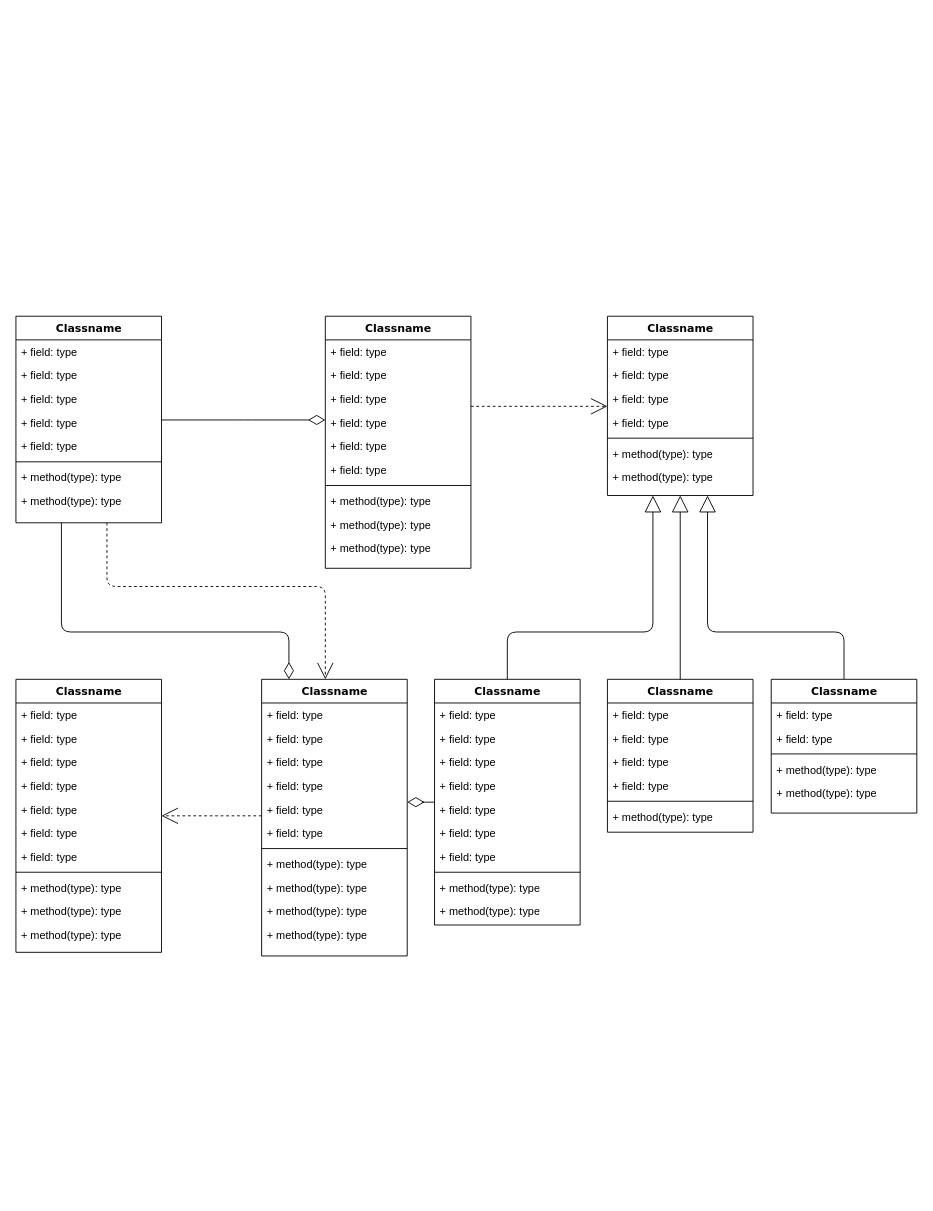
MrSndy/MrSndy keeps this draw.io diagram as Untitled Diagram.drawio. Above is the earlier version. Source tidied: cells renumbered, new cells numbered last; positions are measured from the earlier drawing's top-left corner, leaving out a move shared by most shapes. Both pictures are drawn from the tidied source at 91%, with x=0, y=0 at pixel (15, 316).
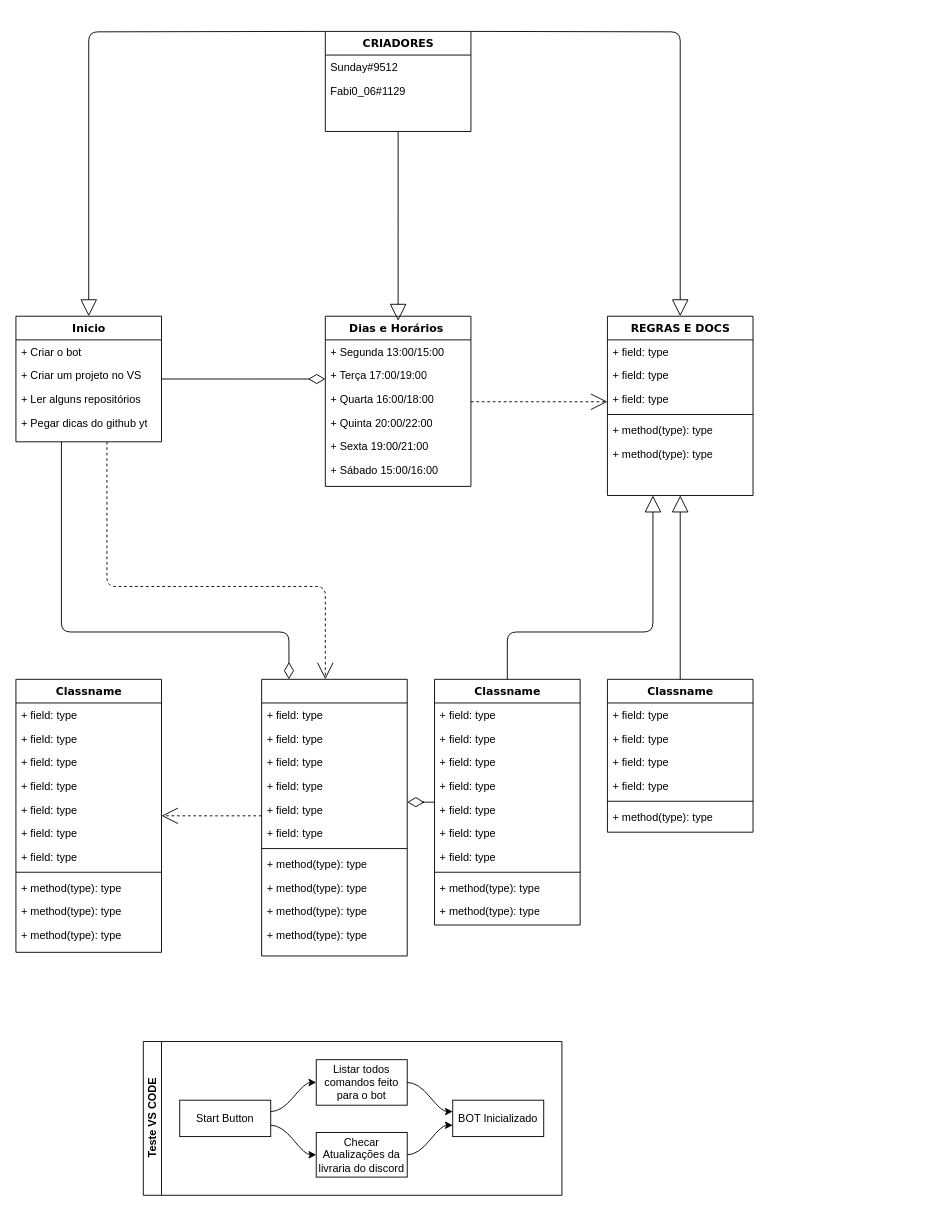
The same page after the edit.

The edit, as a diff of the source:
```diff
@@
-    <mxCell id="4" value="Classname" style="swimlane;html=1;fontStyle=1;align=center;verticalAlign=top;horizontal=1;startSize=26;swimlaneFillColor=#ffffff;rounded=0;shadow=0;comic=0;labelBackgroundColor=none;strokeWidth=1;fillColor=none;fontFamily=Verdana;fontSize=12;" parent="1" vertex="1">
-      <mxGeometry width="160" height="227" as="geometry" />
+    <mxCell id="4" value="Inicio" style="swimlane;html=1;fontStyle=1;align=center;verticalAlign=top;horizontal=1;startSize=26;swimlaneFillColor=#ffffff;rounded=0;shadow=0;comic=0;labelBackgroundColor=none;strokeWidth=1;fillColor=none;fontFamily=Verdana;fontSize=12;" parent="1" vertex="1">
+      <mxGeometry width="160" height="138" as="geometry" />
     </mxCell>
-    <mxCell id="5" value="+ field: type" style="text;html=1;strokeColor=none;fillColor=none;align=left;verticalAlign=top;spacingLeft=4;spacingRight=4;whiteSpace=wrap;overflow=hidden;" parent="4" vertex="1">
+    <mxCell id="5" value="+ Criar o bot&amp;nbsp;" style="text;html=1;strokeColor=none;fillColor=none;align=left;verticalAlign=top;spacingLeft=4;spacingRight=4;whiteSpace=wrap;overflow=hidden;" parent="4" vertex="1">
       <mxGeometry y="26" width="160" height="26" as="geometry" />
     </mxCell>
-    <mxCell id="6" value="+ field: type" style="text;html=1;strokeColor=none;fillColor=none;align=left;verticalAlign=top;spacingLeft=4;spacingRight=4;whiteSpace=wrap;overflow=hidden;" parent="4" vertex="1">
+    <mxCell id="6" value="+ Criar um projeto no VS" style="text;html=1;strokeColor=none;fillColor=none;align=left;verticalAlign=top;spacingLeft=4;spacingRight=4;whiteSpace=wrap;overflow=hidden;" parent="4" vertex="1">
       <mxGeometry y="52" width="160" height="26" as="geometry" />
     </mxCell>
-    <mxCell id="7" value="+ field: type" style="text;html=1;strokeColor=none;fillColor=none;align=left;verticalAlign=top;spacingLeft=4;spacingRight=4;whiteSpace=wrap;overflow=hidden;" parent="4" vertex="1">
-      <mxGeometry y="78" width="160" height="26" as="geometry" />
-    </mxCell>
-    <mxCell id="8" value="+ field: type" style="text;html=1;strokeColor=none;fillColor=none;align=left;verticalAlign=top;spacingLeft=4;spacingRight=4;whiteSpace=wrap;overflow=hidden;" parent="4" vertex="1">
-      <mxGeometry y="104" width="160" height="26" as="geometry" />
+    <mxCell id="8" value="+ Ler alguns repositórios&amp;nbsp;" style="text;html=1;strokeColor=none;fillColor=none;align=left;verticalAlign=top;spacingLeft=4;spacingRight=4;whiteSpace=wrap;overflow=hidden;" parent="4" vertex="1">
+      <mxGeometry y="78" width="160" height="26" as="geometry" />
     </mxCell>
-    <mxCell id="9" value="+ field: type" style="text;html=1;strokeColor=none;fillColor=none;align=left;verticalAlign=top;spacingLeft=4;spacingRight=4;whiteSpace=wrap;overflow=hidden;" parent="4" vertex="1">
-      <mxGeometry y="130" width="160" height="26" as="geometry" />
+    <mxCell id="9" value="+ Pegar dicas do github yt" style="text;html=1;strokeColor=none;fillColor=none;align=left;verticalAlign=top;spacingLeft=4;spacingRight=4;whiteSpace=wrap;overflow=hidden;" parent="4" vertex="1">
+      <mxGeometry y="104" width="160" height="26" as="geometry" />
     </mxCell>
-    <mxCell id="10" style="line;html=1;strokeWidth=1;fillColor=none;align=left;verticalAlign=middle;spacingTop=-1;spacingLeft=3;spacingRight=3;labelPosition=right;" parent="4" vertex="1">
-      <mxGeometry y="156" width="160" height="8" as="geometry" />
-    </mxCell>
-    <mxCell id="11" value="+ method(type): type" style="text;html=1;strokeColor=none;fillColor=none;align=left;verticalAlign=top;spacingLeft=4;spacingRight=4;whiteSpace=wrap;overflow=hidden;" parent="4" vertex="1">
-      <mxGeometry y="164" width="160" height="26" as="geometry" />
-    </mxCell>
-    <mxCell id="12" value="+ method(type): type" style="text;html=1;strokeColor=none;fillColor=none;align=left;verticalAlign=top;spacingLeft=4;spacingRight=4;whiteSpace=wrap;overflow=hidden;" parent="4" vertex="1">
-      <mxGeometry y="190" width="160" height="26" as="geometry" />
-    </mxCell>
@@
-    <mxCell id="14" value="Classname" style="swimlane;html=1;fontStyle=1;align=center;verticalAlign=top;horizontal=1;startSize=26;swimlaneFillColor=#ffffff;rounded=0;shadow=0;comic=0;labelBackgroundColor=none;strokeWidth=1;fillColor=none;fontFamily=Verdana;fontSize=12;" parent="1" vertex="1">
-      <mxGeometry x="340" width="160" height="277" as="geometry" />
+    <mxCell id="14" value="Dias e Horários&amp;nbsp;" style="swimlane;html=1;fontStyle=1;align=center;verticalAlign=top;horizontal=1;startSize=26;swimlaneFillColor=#ffffff;rounded=0;shadow=0;comic=0;labelBackgroundColor=none;strokeWidth=1;fillColor=none;fontFamily=Verdana;fontSize=12;" parent="1" vertex="1">
+      <mxGeometry x="340" width="160" height="187" as="geometry" />
     </mxCell>
-    <mxCell id="15" value="+ field: type" style="text;html=1;strokeColor=none;fillColor=none;align=left;verticalAlign=top;spacingLeft=4;spacingRight=4;whiteSpace=wrap;overflow=hidden;" parent="14" vertex="1">
+    <mxCell id="15" value="+ Segunda 13:00/15:00" style="text;html=1;strokeColor=none;fillColor=none;align=left;verticalAlign=top;spacingLeft=4;spacingRight=4;whiteSpace=wrap;overflow=hidden;" parent="14" vertex="1">
       <mxGeometry y="26" width="160" height="26" as="geometry" />
     </mxCell>
-    <mxCell id="16" value="+ field: type" style="text;html=1;strokeColor=none;fillColor=none;align=left;verticalAlign=top;spacingLeft=4;spacingRight=4;whiteSpace=wrap;overflow=hidden;" parent="14" vertex="1">
+    <mxCell id="16" value="+ Terça 17:00/19:00" style="text;html=1;strokeColor=none;fillColor=none;align=left;verticalAlign=top;spacingLeft=4;spacingRight=4;whiteSpace=wrap;overflow=hidden;" parent="14" vertex="1">
       <mxGeometry y="52" width="160" height="26" as="geometry" />
     </mxCell>
-    <mxCell id="17" value="+ field: type" style="text;html=1;strokeColor=none;fillColor=none;align=left;verticalAlign=top;spacingLeft=4;spacingRight=4;whiteSpace=wrap;overflow=hidden;" parent="14" vertex="1">
+    <mxCell id="17" value="+ Quarta 16:00/18:00" style="text;html=1;strokeColor=none;fillColor=none;align=left;verticalAlign=top;spacingLeft=4;spacingRight=4;whiteSpace=wrap;overflow=hidden;" parent="14" vertex="1">
       <mxGeometry y="78" width="160" height="26" as="geometry" />
     </mxCell>
-    <mxCell id="18" value="+ field: type" style="text;html=1;strokeColor=none;fillColor=none;align=left;verticalAlign=top;spacingLeft=4;spacingRight=4;whiteSpace=wrap;overflow=hidden;" parent="14" vertex="1">
+    <mxCell id="18" value="+ Quinta 20:00/22:00" style="text;html=1;strokeColor=none;fillColor=none;align=left;verticalAlign=top;spacingLeft=4;spacingRight=4;whiteSpace=wrap;overflow=hidden;" parent="14" vertex="1">
       <mxGeometry y="104" width="160" height="26" as="geometry" />
     </mxCell>
-    <mxCell id="19" value="+ field: type" style="text;html=1;strokeColor=none;fillColor=none;align=left;verticalAlign=top;spacingLeft=4;spacingRight=4;whiteSpace=wrap;overflow=hidden;" parent="14" vertex="1">
+    <mxCell id="19" value="+ Sexta 19:00/21:00" style="text;html=1;strokeColor=none;fillColor=none;align=left;verticalAlign=top;spacingLeft=4;spacingRight=4;whiteSpace=wrap;overflow=hidden;" parent="14" vertex="1">
       <mxGeometry y="130" width="160" height="26" as="geometry" />
     </mxCell>
-    <mxCell id="20" value="+ field: type" style="text;html=1;strokeColor=none;fillColor=none;align=left;verticalAlign=top;spacingLeft=4;spacingRight=4;whiteSpace=wrap;overflow=hidden;" parent="14" vertex="1">
+    <mxCell id="20" value="+ Sábado 15:00/16:00&amp;nbsp;" style="text;html=1;strokeColor=none;fillColor=none;align=left;verticalAlign=top;spacingLeft=4;spacingRight=4;whiteSpace=wrap;overflow=hidden;" parent="14" vertex="1">
       <mxGeometry y="156" width="160" height="26" as="geometry" />
     </mxCell>
-    <mxCell id="21" style="line;html=1;strokeWidth=1;fillColor=none;align=left;verticalAlign=middle;spacingTop=-1;spacingLeft=3;spacingRight=3;labelPosition=right;" parent="14" vertex="1">
-      <mxGeometry y="182" width="160" height="8" as="geometry" />
-    </mxCell>
-    <mxCell id="22" value="+ method(type): type" style="text;html=1;strokeColor=none;fillColor=none;align=left;verticalAlign=top;spacingLeft=4;spacingRight=4;whiteSpace=wrap;overflow=hidden;" parent="14" vertex="1">
-      <mxGeometry y="190" width="160" height="26" as="geometry" />
-    </mxCell>
-    <mxCell id="23" value="+ method(type): type" style="text;html=1;strokeColor=none;fillColor=none;align=left;verticalAlign=top;spacingLeft=4;spacingRight=4;whiteSpace=wrap;overflow=hidden;" parent="14" vertex="1">
-      <mxGeometry y="216" width="160" height="26" as="geometry" />
-    </mxCell>
-    <mxCell id="24" value="+ method(type): type" style="text;html=1;strokeColor=none;fillColor=none;align=left;verticalAlign=top;spacingLeft=4;spacingRight=4;whiteSpace=wrap;overflow=hidden;" parent="14" vertex="1">
-      <mxGeometry y="242" width="160" height="26" as="geometry" />
-    </mxCell>
-    <mxCell id="25" value="Classname" style="swimlane;html=1;fontStyle=1;align=center;verticalAlign=top;horizontal=1;startSize=26;swimlaneFillColor=#ffffff;rounded=0;shadow=0;comic=0;labelBackgroundColor=none;strokeWidth=1;fillColor=none;fontFamily=Verdana;fontSize=12;" parent="1" vertex="1">
+    <mxCell id="25" value="REGRAS E DOCS" style="swimlane;html=1;fontStyle=1;align=center;verticalAlign=top;horizontal=1;startSize=26;swimlaneFillColor=#ffffff;rounded=0;shadow=0;comic=0;labelBackgroundColor=none;strokeWidth=1;fillColor=none;fontFamily=Verdana;fontSize=12;" parent="1" vertex="1">
       <mxGeometry x="650" width="160" height="197" as="geometry" />
     </mxCell>
-    <mxCell id="26" value="+ field: type" style="text;html=1;strokeColor=none;fillColor=none;align=left;verticalAlign=top;spacingLeft=4;spacingRight=4;whiteSpace=wrap;overflow=hidden;" parent="25" vertex="1">
-      <mxGeometry y="26" width="160" height="26" as="geometry" />
-    </mxCell>
     <mxCell id="27" value="+ field: type" style="text;html=1;strokeColor=none;fillColor=none;align=left;verticalAlign=top;spacingLeft=4;spacingRight=4;whiteSpace=wrap;overflow=hidden;" parent="25" vertex="1">
-      <mxGeometry y="52" width="160" height="26" as="geometry" />
+      <mxGeometry y="26" width="160" height="26" as="geometry" />
     </mxCell>
     <mxCell id="28" value="+ field: type" style="text;html=1;strokeColor=none;fillColor=none;align=left;verticalAlign=top;spacingLeft=4;spacingRight=4;whiteSpace=wrap;overflow=hidden;" parent="25" vertex="1">
-      <mxGeometry y="78" width="160" height="26" as="geometry" />
+      <mxGeometry y="52" width="160" height="26" as="geometry" />
     </mxCell>
     <mxCell id="29" value="+ field: type" style="text;html=1;strokeColor=none;fillColor=none;align=left;verticalAlign=top;spacingLeft=4;spacingRight=4;whiteSpace=wrap;overflow=hidden;" parent="25" vertex="1">
-      <mxGeometry y="104" width="160" height="26" as="geometry" />
+      <mxGeometry y="78" width="160" height="26" as="geometry" />
     </mxCell>
     <mxCell id="30" style="line;html=1;strokeWidth=1;fillColor=none;align=left;verticalAlign=middle;spacingTop=-1;spacingLeft=3;spacingRight=3;labelPosition=right;" parent="25" vertex="1">
-      <mxGeometry y="130" width="160" height="8" as="geometry" />
+      <mxGeometry y="104" width="160" height="8" as="geometry" />
     </mxCell>
     <mxCell id="31" value="+ method(type): type" style="text;html=1;strokeColor=none;fillColor=none;align=left;verticalAlign=top;spacingLeft=4;spacingRight=4;whiteSpace=wrap;overflow=hidden;" parent="25" vertex="1">
-      <mxGeometry y="138" width="160" height="26" as="geometry" />
+      <mxGeometry y="112" width="160" height="26" as="geometry" />
     </mxCell>
     <mxCell id="32" value="+ method(type): type" style="text;html=1;strokeColor=none;fillColor=none;align=left;verticalAlign=top;spacingLeft=4;spacingRight=4;whiteSpace=wrap;overflow=hidden;" parent="25" vertex="1">
-      <mxGeometry y="164" width="160" height="26" as="geometry" />
+      <mxGeometry y="138" width="160" height="26" as="geometry" />
     </mxCell>
@@
-    <mxCell id="47" value="Classname" style="swimlane;html=1;fontStyle=1;align=center;verticalAlign=top;horizontal=1;startSize=26;swimlaneFillColor=#ffffff;rounded=0;shadow=0;comic=0;labelBackgroundColor=none;strokeWidth=1;fillColor=none;fontFamily=Verdana;fontSize=12;" parent="1" vertex="1">
+    <mxCell id="47" style="swimlane;html=1;fontStyle=1;align=center;verticalAlign=top;horizontal=1;startSize=26;swimlaneFillColor=#ffffff;rounded=0;shadow=0;comic=0;labelBackgroundColor=none;strokeWidth=1;fillColor=none;fontFamily=Verdana;fontSize=12;" parent="1" vertex="1">
       <mxGeometry x="270" y="399" width="160" height="304" as="geometry" />
     </mxCell>
@@
-    <mxCell id="79" style="edgeStyle=orthogonalEdgeStyle;html=1;labelBackgroundColor=none;startFill=0;startSize=8;endArrow=block;endFill=0;endSize=16;fontFamily=Verdana;fontSize=12;" parent="1" edge="1" source="80" target="25">
-      <mxGeometry relative="1" as="geometry">
-        <Array as="points">
-          <mxPoint x="910" y="347" />
-          <mxPoint x="760" y="347" />
-        </Array>
-      </mxGeometry>
-    </mxCell>
-    <mxCell id="80" value="Classname" style="swimlane;html=1;fontStyle=1;align=center;verticalAlign=top;horizontal=1;startSize=26;swimlaneFillColor=#ffffff;rounded=0;shadow=0;comic=0;labelBackgroundColor=none;strokeWidth=1;fillColor=none;fontFamily=Verdana;fontSize=12;" parent="1" vertex="1">
-      <mxGeometry x="830" y="399" width="160" height="147" as="geometry" />
+    <mxCell id="80" value="CRIADORES" style="swimlane;html=1;fontStyle=1;align=center;verticalAlign=top;horizontal=1;startSize=26;swimlaneFillColor=#ffffff;rounded=0;shadow=0;comic=0;labelBackgroundColor=none;strokeWidth=1;fillColor=none;fontFamily=Verdana;fontSize=12;" parent="1" vertex="1">
+      <mxGeometry x="340" y="-313" width="160" height="110" as="geometry" />
     </mxCell>
-    <mxCell id="81" value="+ field: type" style="text;html=1;strokeColor=none;fillColor=none;align=left;verticalAlign=top;spacingLeft=4;spacingRight=4;whiteSpace=wrap;overflow=hidden;" parent="80" vertex="1">
+    <mxCell id="81" value="Sunday#9512" style="text;html=1;strokeColor=none;fillColor=none;align=left;verticalAlign=top;spacingLeft=4;spacingRight=4;whiteSpace=wrap;overflow=hidden;" parent="80" vertex="1">
       <mxGeometry y="26" width="160" height="26" as="geometry" />
     </mxCell>
-    <mxCell id="82" value="+ field: type" style="text;html=1;strokeColor=none;fillColor=none;align=left;verticalAlign=top;spacingLeft=4;spacingRight=4;whiteSpace=wrap;overflow=hidden;" parent="80" vertex="1">
+    <mxCell id="82" value="Fabi0_06#1129" style="text;html=1;strokeColor=none;fillColor=none;align=left;verticalAlign=top;spacingLeft=4;spacingRight=4;whiteSpace=wrap;overflow=hidden;" parent="80" vertex="1">
       <mxGeometry y="52" width="160" height="26" as="geometry" />
     </mxCell>
-    <mxCell id="83" style="line;html=1;strokeWidth=1;fillColor=none;align=left;verticalAlign=middle;spacingTop=-1;spacingLeft=3;spacingRight=3;labelPosition=right;" parent="80" vertex="1">
-      <mxGeometry y="78" width="160" height="8" as="geometry" />
-    </mxCell>
-    <mxCell id="84" value="+ method(type): type" style="text;html=1;strokeColor=none;fillColor=none;align=left;verticalAlign=top;spacingLeft=4;spacingRight=4;whiteSpace=wrap;overflow=hidden;" parent="80" vertex="1">
-      <mxGeometry y="86" width="160" height="26" as="geometry" />
-    </mxCell>
-    <mxCell id="85" value="+ method(type): type" style="text;html=1;strokeColor=none;fillColor=none;align=left;verticalAlign=top;spacingLeft=4;spacingRight=4;whiteSpace=wrap;overflow=hidden;" parent="80" vertex="1">
-      <mxGeometry y="112" width="160" height="26" as="geometry" />
-    </mxCell>
+    <mxCell id="87" style="edgeStyle=orthogonalEdgeStyle;html=1;labelBackgroundColor=none;startFill=0;startSize=8;endArrow=block;endFill=0;endSize=16;fontFamily=Verdana;fontSize=12;exitX=0.5;exitY=1;exitDx=0;exitDy=0;entryX=0.5;entryY=0;entryDx=0;entryDy=0;" parent="80" edge="1" target="25">
+      <mxGeometry relative="1" as="geometry">
+        <mxPoint x="160" as="sourcePoint" />
+      </mxGeometry>
+    </mxCell>
@@
+    <mxCell id="88" style="edgeStyle=orthogonalEdgeStyle;html=1;labelBackgroundColor=none;startFill=0;startSize=8;endArrow=block;endFill=0;endSize=16;fontFamily=Verdana;fontSize=12;exitX=0.5;exitY=1;exitDx=0;exitDy=0;" parent="1" edge="1" source="80">
+      <mxGeometry relative="1" as="geometry">
+        <mxPoint x="420" y="5" as="targetPoint" />
+      </mxGeometry>
+    </mxCell>
+    <mxCell id="89" style="edgeStyle=orthogonalEdgeStyle;html=1;labelBackgroundColor=none;startFill=0;startSize=8;endArrow=block;endFill=0;endSize=16;fontFamily=Verdana;fontSize=12;exitX=0.5;exitY=1;exitDx=0;exitDy=0;entryX=0.5;entryY=0;entryDx=0;entryDy=0;" parent="1" edge="1" target="4">
+      <mxGeometry relative="1" as="geometry">
+        <mxPoint x="340" y="-313" as="sourcePoint" />
+      </mxGeometry>
+    </mxCell>
+    <mxCell id="90" value="Teste VS CODE" style="swimlane;html=1;startSize=20;horizontal=0;flowOrientation=west;interRankCellSpacing=50;containerType=tree;hachureGap=4;" parent="1" vertex="1">
+      <mxGeometry x="140" y="797" width="460" height="169" as="geometry" />
+    </mxCell>
+    <mxCell id="91" value="Start Button" style="whiteSpace=wrap;html=1;" parent="90" vertex="1">
+      <mxGeometry x="40" y="64.5" width="100" height="40" as="geometry" />
+    </mxCell>
+    <mxCell id="92" value="Listar todos comandos feito para o bot" style="whiteSpace=wrap;html=1;" parent="90" vertex="1">
+      <mxGeometry x="190" y="20" width="100" height="50" as="geometry" />
+    </mxCell>
+    <mxCell id="93" style="html=1;curved=1;noEdgeStyle=1;orthogonal=1;" parent="90" edge="1" source="91" target="92">
+      <mxGeometry relative="1" as="geometry">
+        <Array as="points">
+          <mxPoint x="152" y="77" />
+          <mxPoint x="178" y="45" />
+        </Array>
+      </mxGeometry>
+    </mxCell>
+    <mxCell id="94" value="Checar Atualizações da livraria do discord" style="whiteSpace=wrap;html=1;" parent="90" vertex="1">
+      <mxGeometry x="190" y="100" width="100" height="49" as="geometry" />
+    </mxCell>
+    <mxCell id="95" style="html=1;curved=1;noEdgeStyle=1;orthogonal=1;" parent="90" edge="1" source="91" target="94">
+      <mxGeometry relative="1" as="geometry">
+        <Array as="points">
+          <mxPoint x="152" y="92" />
+          <mxPoint x="178" y="124.5" />
+        </Array>
+      </mxGeometry>
+    </mxCell>
+    <mxCell id="96" value="BOT Inicializado" style="whiteSpace=wrap;html=1;" parent="90" vertex="1">
+      <mxGeometry x="340" y="64.5" width="100" height="40" as="geometry" />
+    </mxCell>
+    <mxCell id="97" style="html=1;curved=1;noEdgeStyle=1;orthogonal=1;" parent="90" edge="1" source="92" target="96">
+      <mxGeometry relative="1" as="geometry">
+        <Array as="points">
+          <mxPoint x="302" y="45" />
+          <mxPoint x="328" y="77" />
+        </Array>
+      </mxGeometry>
+    </mxCell>
+    <mxCell id="98" style="html=1;curved=1;noEdgeStyle=1;orthogonal=1;" parent="90" edge="1" source="94" target="96">
+      <mxGeometry relative="1" as="geometry">
+        <Array as="points">
+          <mxPoint x="302" y="124.5" />
+          <mxPoint x="328" y="92" />
+        </Array>
+      </mxGeometry>
+    </mxCell>
```
